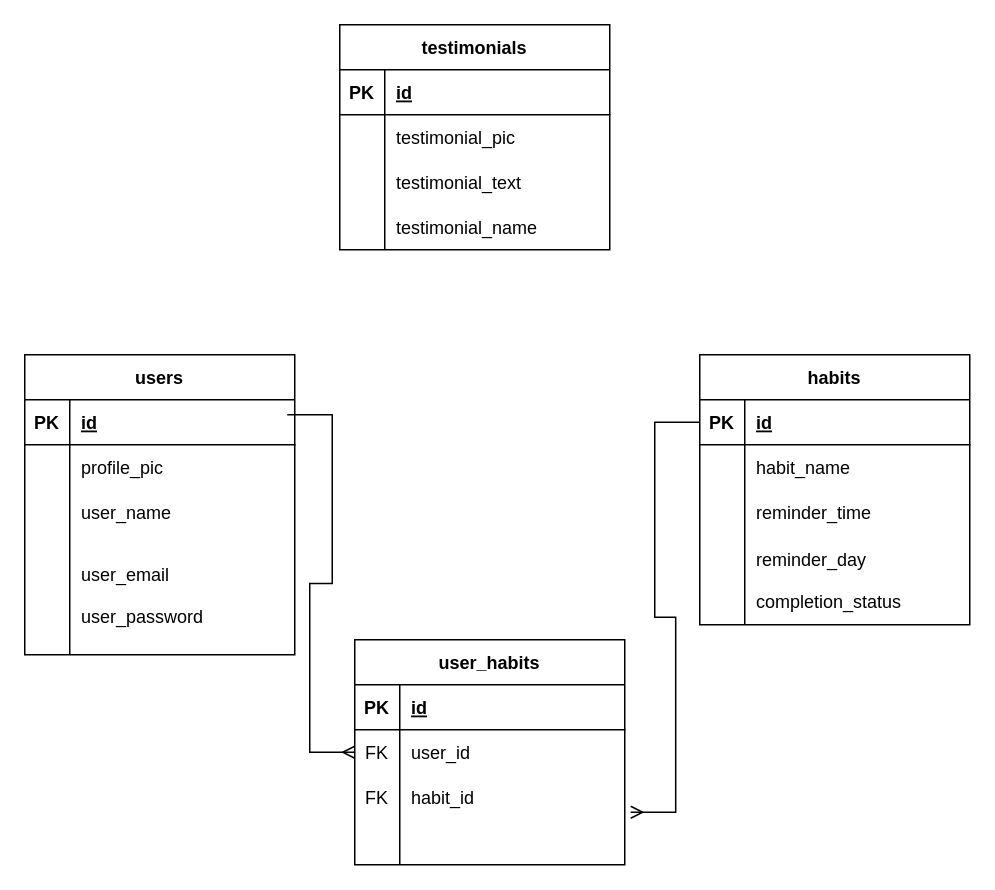
Earlier version of the draw.io diagram server/finalProjectERD.drawio (Ellie-Aghajani/GoalKeeper). Source tidied: cells renumbered, new cells numbered last; positions are measured from the earlier drawing's top-left corner, leaving out a move shared by most shapes. Both pictures are drawn from the tidied source at 150%, with x=0, y=0 at pixel (24, 24).
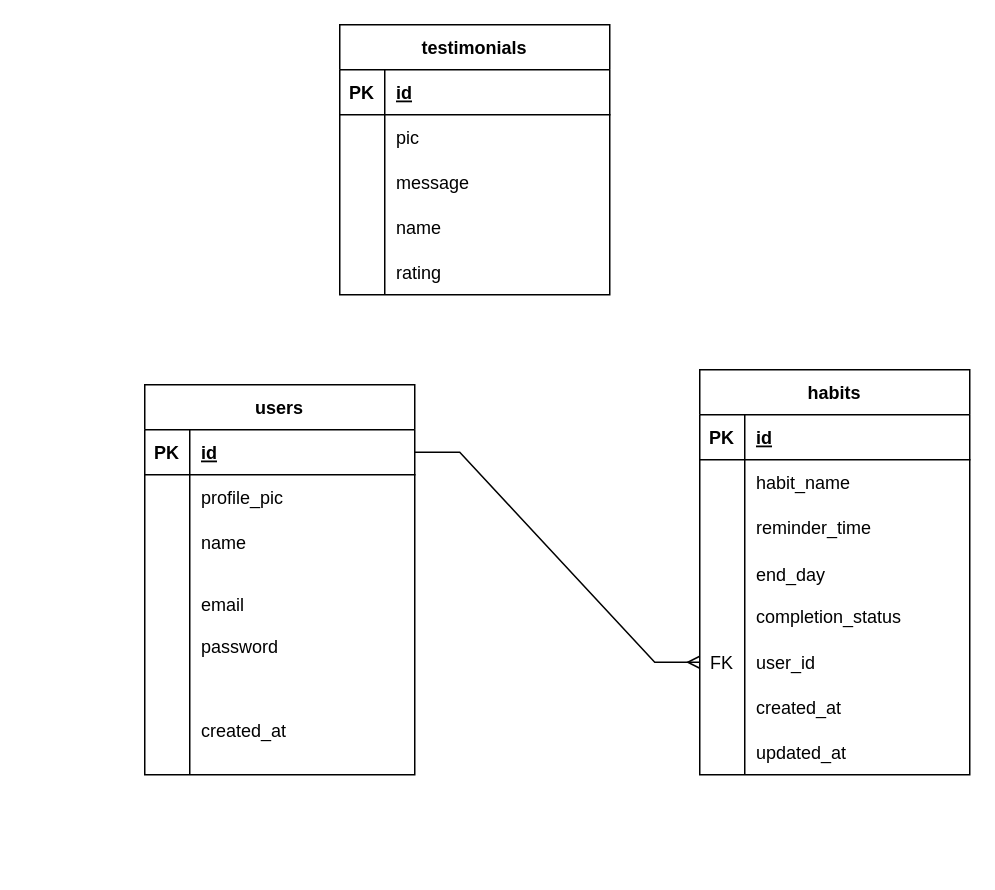
Above is the later version.

The change refers to these unchanged cells:
```xml
<mxCell id="6" style="shape=tableRow;horizontal=0;startSize=0;swimlaneHead=0;swimlaneBody=0;fillColor=none;top=0;left=0;right=0;bottom=0;" parent="2" vertex="1">
  <mxGeometry y="60" width="180" height="30" as="geometry" />
</mxCell>
<mxCell id="9" style="shape=tableRow;horizontal=0;startSize=0;swimlaneHead=0;swimlaneBody=0;fillColor=none;top=0;left=0;right=0;bottom=0;" parent="2" vertex="1">
  <mxGeometry y="90" width="180" height="30" as="geometry" />
</mxCell>
<mxCell id="12" style="shape=tableRow;horizontal=0;startSize=0;swimlaneHead=0;swimlaneBody=0;fillColor=none;top=0;left=0;right=0;bottom=0;" parent="2" vertex="1">
  <mxGeometry y="120" width="180" height="30" as="geometry" />
</mxCell>
<mxCell id="17" style="shape=tableRow;horizontal=0;startSize=0;swimlaneHead=0;swimlaneBody=0;fillColor=none;points=[[0,0.5],[1,0.5]];portConstraint=eastwest;top=0;left=0;right=0;bottom=1;" parent="16" vertex="1">
  <mxGeometry y="30" width="180" height="30" as="geometry" />
</mxCell>
<mxCell id="23" style="shape=tableRow;horizontal=0;startSize=0;swimlaneHead=0;swimlaneBody=0;fillColor=none;top=0;left=0;right=0;bottom=0;" parent="16" vertex="1">
  <mxGeometry y="90" width="180" height="30" as="geometry" />
</mxCell>
<mxCell id="26" style="shape=tableRow;horizontal=0;startSize=0;swimlaneHead=0;swimlaneBody=0;fillColor=none;top=0;left=0;right=0;bottom=0;" parent="16" vertex="1">
  <mxGeometry y="120" width="180" height="80" as="geometry" />
</mxCell>
<mxCell id="30" style="shape=tableRow;horizontal=0;startSize=0;swimlaneHead=0;swimlaneBody=0;fillColor=none;points=[[0,0.5],[1,0.5]];portConstraint=eastwest;top=0;left=0;right=0;bottom=1;" parent="29" vertex="1">
  <mxGeometry y="30" width="180" height="30" as="geometry" />
</mxCell>
<mxCell id="39" style="shape=tableRow;horizontal=0;startSize=0;swimlaneHead=0;swimlaneBody=0;fillColor=none;top=0;left=0;right=0;bottom=0;" parent="29" vertex="1">
  <mxGeometry y="120" width="180" height="60" as="geometry" />
</mxCell>
```

Change to the diagram source:
```diff
@@
     <mxCell id="2" value="testimonials" style="shape=table;startSize=30;childLayout=tableLayout;rowLines=0;fontStyle=1;align=center;" parent="1" vertex="1">
-      <mxGeometry x="210" width="180" height="150" as="geometry" />
+      <mxGeometry x="210" width="180" height="180" as="geometry" />
     </mxCell>
@@
-    <mxCell id="8" value="testimonial_pic" style="shape=partialRectangle;fillColor=none;top=0;left=0;bottom=0;right=0;align=left;spacingLeft=6;overflow=hidden;" parent="6" vertex="1">
+    <mxCell id="8" value="pic" style="shape=partialRectangle;fillColor=none;top=0;left=0;bottom=0;right=0;align=left;spacingLeft=6;overflow=hidden;" parent="6" vertex="1">
       <mxGeometry x="30" width="150" height="30" as="geometry" />
     </mxCell>
@@
-    <mxCell id="11" value="testimonial_text" style="shape=partialRectangle;fillColor=none;top=0;left=0;bottom=0;right=0;align=left;spacingLeft=6;overflow=hidden;" parent="9" vertex="1">
+    <mxCell id="11" value="message" style="shape=partialRectangle;fillColor=none;top=0;left=0;bottom=0;right=0;align=left;spacingLeft=6;overflow=hidden;" parent="9" vertex="1">
       <mxGeometry x="30" width="150" height="30" as="geometry" />
     </mxCell>
@@
-    <mxCell id="14" value="testimonial_name" style="shape=partialRectangle;fillColor=none;top=0;left=0;bottom=0;right=0;align=left;spacingLeft=6;overflow=hidden;" parent="12" vertex="1">
+    <mxCell id="14" value="name" style="shape=partialRectangle;fillColor=none;top=0;left=0;bottom=0;right=0;align=left;spacingLeft=6;overflow=hidden;" parent="12" vertex="1">
       <mxGeometry x="30" width="150" height="30" as="geometry" />
     </mxCell>
+    <mxCell id="56" style="shape=tableRow;horizontal=0;startSize=0;swimlaneHead=0;swimlaneBody=0;fillColor=none;top=0;left=0;right=0;bottom=0;" parent="2" vertex="1">
+      <mxGeometry y="150" width="180" height="30" as="geometry" />
+    </mxCell>
+    <mxCell id="57" style="shape=partialRectangle;fillColor=none;top=0;left=0;bottom=0;right=0;overflow=hidden;" parent="56" vertex="1">
+      <mxGeometry width="30" height="30" as="geometry" />
+    </mxCell>
+    <mxCell id="58" value="rating" style="shape=partialRectangle;fillColor=none;top=0;left=0;bottom=0;right=0;align=left;spacingLeft=6;overflow=hidden;" parent="56" vertex="1">
+      <mxGeometry x="30" width="150" height="30" as="geometry" />
+    </mxCell>
-    <mxCell id="15" style="edgeStyle=entityRelationEdgeStyle;fontSize=12;html=1;endArrow=ERmany;rounded=0;entryX=0;entryY=0.5;entryDx=0;entryDy=0;" parent="1" edge="1" target="46">
-      <mxGeometry relative="1" as="geometry">
-        <mxPoint x="175" y="260" as="sourcePoint" />
-      </mxGeometry>
+    <mxCell id="15" style="edgeStyle=entityRelationEdgeStyle;fontSize=12;html=1;endArrow=ERmany;rounded=0;entryX=0;entryY=0.5;entryDx=0;entryDy=0;exitX=1;exitY=0.5;exitDx=0;exitDy=0;" parent="1" edge="1" source="17" target="62">
+      <mxGeometry relative="1" as="geometry" />
     </mxCell>
     <mxCell id="16" value="users" style="shape=table;startSize=30;childLayout=tableLayout;rowLines=0;fontStyle=1;align=center;" parent="1" vertex="1">
-      <mxGeometry y="220" width="180" height="200" as="geometry" />
+      <mxGeometry x="80" y="240" width="180" height="260" as="geometry" />
     </mxCell>
@@
-    <mxCell id="25" value="user_name" style="shape=partialRectangle;fillColor=none;top=0;left=0;bottom=0;right=0;align=left;spacingLeft=6;overflow=hidden;" parent="23" vertex="1">
+    <mxCell id="25" value="name" style="shape=partialRectangle;fillColor=none;top=0;left=0;bottom=0;right=0;align=left;spacingLeft=6;overflow=hidden;" parent="23" vertex="1">
       <mxGeometry x="30" width="150" height="30" as="geometry" />
     </mxCell>
@@
-    <mxCell id="28" value="user_email&#10;&#10;user_password" style="shape=partialRectangle;fillColor=none;top=0;left=0;bottom=0;right=0;align=left;spacingLeft=6;overflow=hidden;" parent="26" vertex="1">
+    <mxCell id="28" value="email&#10;&#10;password" style="shape=partialRectangle;fillColor=none;top=0;left=0;bottom=0;right=0;align=left;spacingLeft=6;overflow=hidden;" parent="26" vertex="1">
       <mxGeometry x="30" width="150" height="80" as="geometry" />
     </mxCell>
+    <mxCell id="59" style="shape=tableRow;horizontal=0;startSize=0;swimlaneHead=0;swimlaneBody=0;fillColor=none;top=0;left=0;right=0;bottom=0;" parent="16" vertex="1">
+      <mxGeometry y="200" width="180" height="60" as="geometry" />
+    </mxCell>
+    <mxCell id="60" style="shape=partialRectangle;fillColor=none;top=0;left=0;bottom=0;right=0;overflow=hidden;" parent="59" vertex="1">
+      <mxGeometry width="30" height="60" as="geometry" />
+    </mxCell>
+    <mxCell id="61" value="created_at" style="shape=partialRectangle;fillColor=none;top=0;left=0;bottom=0;right=0;align=left;spacingLeft=6;overflow=hidden;" parent="59" vertex="1">
+      <mxGeometry x="30" width="150" height="60" as="geometry" />
+    </mxCell>
     <mxCell id="29" value="habits" style="shape=table;startSize=30;childLayout=tableLayout;rowLines=0;fontStyle=1;align=center;" parent="1" vertex="1">
-      <mxGeometry x="450" y="220" width="180" height="180" as="geometry" />
+      <mxGeometry x="450" y="230" width="180" height="270" as="geometry" />
     </mxCell>
@@
-    <mxCell id="41" value="reminder_day&#10;&#10;completion_status" style="shape=partialRectangle;fillColor=none;top=0;left=0;bottom=0;right=0;align=left;spacingLeft=6;overflow=hidden;" parent="39" vertex="1">
+    <mxCell id="41" value="end_day&#10;&#10;completion_status" style="shape=partialRectangle;fillColor=none;top=0;left=0;bottom=0;right=0;align=left;spacingLeft=6;overflow=hidden;" parent="39" vertex="1">
       <mxGeometry x="30" width="150" height="60" as="geometry" />
     </mxCell>
-    <mxCell id="42" value="user_habits" style="shape=table;startSize=30;childLayout=tableLayout;rowLines=0;fontStyle=1;align=center;" parent="1" vertex="1">
-      <mxGeometry x="220" y="410" width="180" height="150" as="geometry" />
-    </mxCell>
-    <mxCell id="43" style="shape=tableRow;horizontal=0;startSize=0;swimlaneHead=0;swimlaneBody=0;fillColor=none;top=0;left=0;right=0;bottom=1;" parent="42" vertex="1">
-      <mxGeometry y="30" width="180" height="30" as="geometry" />
-    </mxCell>
-    <mxCell id="44" value="PK" style="shape=partialRectangle;fillColor=none;top=0;left=0;bottom=0;right=0;fontStyle=1;overflow=hidden;" parent="43" vertex="1">
-      <mxGeometry width="30" height="30" as="geometry" />
-    </mxCell>
-    <mxCell id="45" value="id" style="shape=partialRectangle;fillColor=none;top=0;left=0;bottom=0;right=0;align=left;spacingLeft=6;fontStyle=5;overflow=hidden;" parent="43" vertex="1">
-      <mxGeometry x="30" width="150" height="30" as="geometry" />
-    </mxCell>
-    <mxCell id="46" style="shape=tableRow;horizontal=0;startSize=0;swimlaneHead=0;swimlaneBody=0;fillColor=none;points=[[0,0.5],[1,0.5]];portConstraint=eastwest;top=0;left=0;right=0;bottom=0;" parent="42" vertex="1">
-      <mxGeometry y="60" width="180" height="30" as="geometry" />
-    </mxCell>
-    <mxCell id="47" value="FK" style="shape=partialRectangle;fillColor=none;top=0;left=0;bottom=0;right=0;overflow=hidden;" parent="46" vertex="1">
-      <mxGeometry width="30" height="30" as="geometry" />
-    </mxCell>
+    <mxCell id="62" style="shape=tableRow;horizontal=0;startSize=0;swimlaneHead=0;swimlaneBody=0;fillColor=none;points=[[0,0.5],[1,0.5]];portConstraint=eastwest;top=0;left=0;right=0;bottom=0;" parent="29" vertex="1">
+      <mxGeometry y="180" width="180" height="30" as="geometry" />
+    </mxCell>
+    <mxCell id="63" value="FK" style="shape=partialRectangle;fillColor=none;top=0;left=0;bottom=0;right=0;overflow=hidden;" parent="62" vertex="1">
+      <mxGeometry width="30" height="30" as="geometry" />
+    </mxCell>
-    <mxCell id="48" value="user_id" style="shape=partialRectangle;fillColor=none;top=0;left=0;bottom=0;right=0;align=left;spacingLeft=6;overflow=hidden;" parent="46" vertex="1">
+    <mxCell id="48" value="user_id" style="shape=partialRectangle;fillColor=none;top=0;left=0;bottom=0;right=0;align=left;spacingLeft=6;overflow=hidden;" parent="62" vertex="1">
       <mxGeometry x="30" width="150" height="30" as="geometry" />
     </mxCell>
-    <mxCell id="49" style="shape=tableRow;horizontal=0;startSize=0;swimlaneHead=0;swimlaneBody=0;fillColor=none;points=[[0,0.5],[1,0.5]];portConstraint=eastwest;top=0;left=0;right=0;bottom=0;" parent="42" vertex="1">
-      <mxGeometry y="90" width="180" height="30" as="geometry" />
-    </mxCell>
-    <mxCell id="50" value="FK" style="shape=partialRectangle;fillColor=none;top=0;left=0;bottom=0;right=0;overflow=hidden;" parent="49" vertex="1">
-      <mxGeometry width="30" height="30" as="geometry" />
-    </mxCell>
-    <mxCell id="51" value="habit_id" style="shape=partialRectangle;fillColor=none;top=0;left=0;bottom=0;right=0;align=left;spacingLeft=6;overflow=hidden;" parent="49" vertex="1">
-      <mxGeometry x="30" width="150" height="30" as="geometry" />
-    </mxCell>
-    <mxCell id="52" style="shape=tableRow;horizontal=0;startSize=0;swimlaneHead=0;swimlaneBody=0;fillColor=none;top=0;left=0;right=0;bottom=0;" parent="42" vertex="1">
-      <mxGeometry y="120" width="180" height="30" as="geometry" />
-    </mxCell>
-    <mxCell id="53" style="shape=partialRectangle;fillColor=none;top=0;left=0;bottom=0;right=0;overflow=hidden;" parent="52" vertex="1">
-      <mxGeometry width="30" height="30" as="geometry" />
-    </mxCell>
-    <mxCell id="54" style="shape=partialRectangle;fillColor=none;top=0;left=0;bottom=0;right=0;align=left;spacingLeft=6;overflow=hidden;" parent="52" vertex="1">
-      <mxGeometry x="30" width="150" height="30" as="geometry" />
-    </mxCell>
-    <mxCell id="55" style="edgeStyle=entityRelationEdgeStyle;fontSize=12;html=1;endArrow=ERmany;rounded=0;exitX=0;exitY=0.5;exitDx=0;exitDy=0;entryX=1.022;entryY=0.833;entryDx=0;entryDy=0;entryPerimeter=0;" parent="1" edge="1" source="30" target="49">
-      <mxGeometry relative="1" as="geometry" />
-    </mxCell>
+    <mxCell id="64" style="shape=tableRow;horizontal=0;startSize=0;swimlaneHead=0;swimlaneBody=0;fillColor=none;top=0;left=0;right=0;bottom=0;" parent="29" vertex="1">
+      <mxGeometry y="210" width="180" height="30" as="geometry" />
+    </mxCell>
+    <mxCell id="65" style="shape=partialRectangle;fillColor=none;top=0;left=0;bottom=0;right=0;overflow=hidden;" parent="64" vertex="1">
+      <mxGeometry width="30" height="30" as="geometry" />
+    </mxCell>
+    <mxCell id="66" value="created_at" style="shape=partialRectangle;fillColor=none;top=0;left=0;bottom=0;right=0;align=left;spacingLeft=6;overflow=hidden;" parent="64" vertex="1">
+      <mxGeometry x="30" width="150" height="30" as="geometry" />
+    </mxCell>
+    <mxCell id="67" style="shape=tableRow;horizontal=0;startSize=0;swimlaneHead=0;swimlaneBody=0;fillColor=none;top=0;left=0;right=0;bottom=0;" parent="29" vertex="1">
+      <mxGeometry y="240" width="180" height="30" as="geometry" />
+    </mxCell>
+    <mxCell id="68" style="shape=partialRectangle;fillColor=none;top=0;left=0;bottom=0;right=0;overflow=hidden;" parent="67" vertex="1">
+      <mxGeometry width="30" height="30" as="geometry" />
+    </mxCell>
+    <mxCell id="69" value="updated_at" style="shape=partialRectangle;fillColor=none;top=0;left=0;bottom=0;right=0;align=left;spacingLeft=6;overflow=hidden;" parent="67" vertex="1">
+      <mxGeometry x="30" width="150" height="30" as="geometry" />
+    </mxCell>
```
